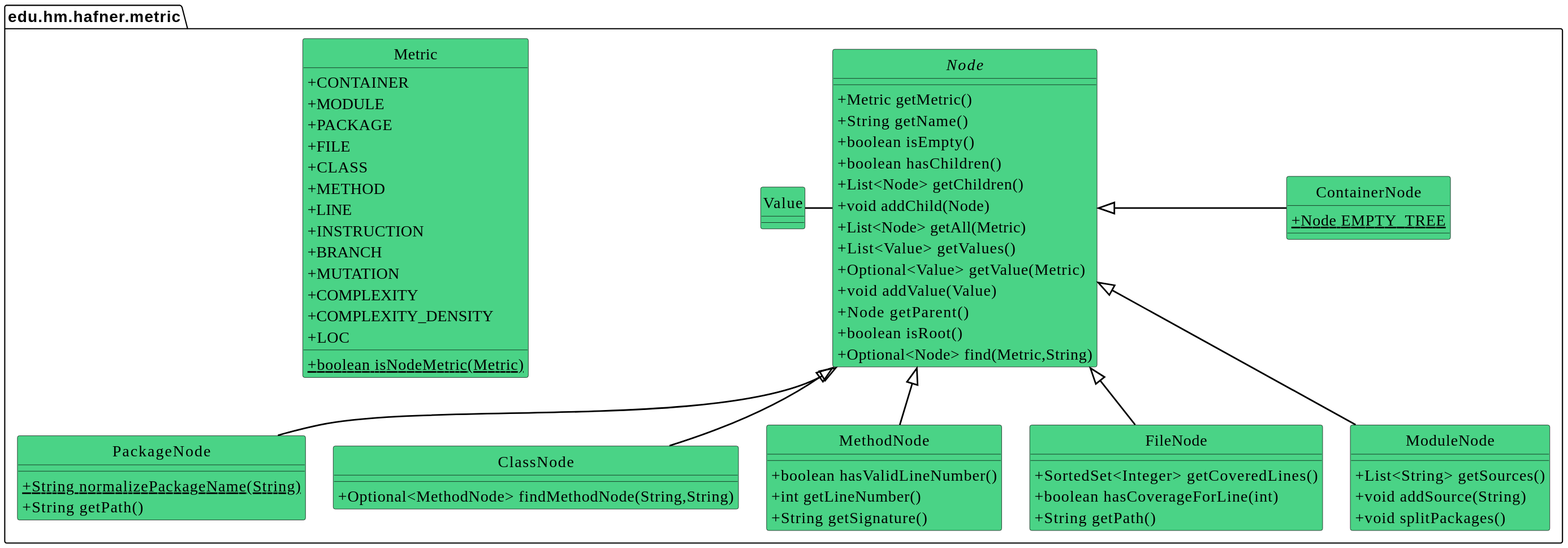
Earlier version of the PlantUML export doc/static-structure-nodes.svg (jenkinsci/coverage-model).
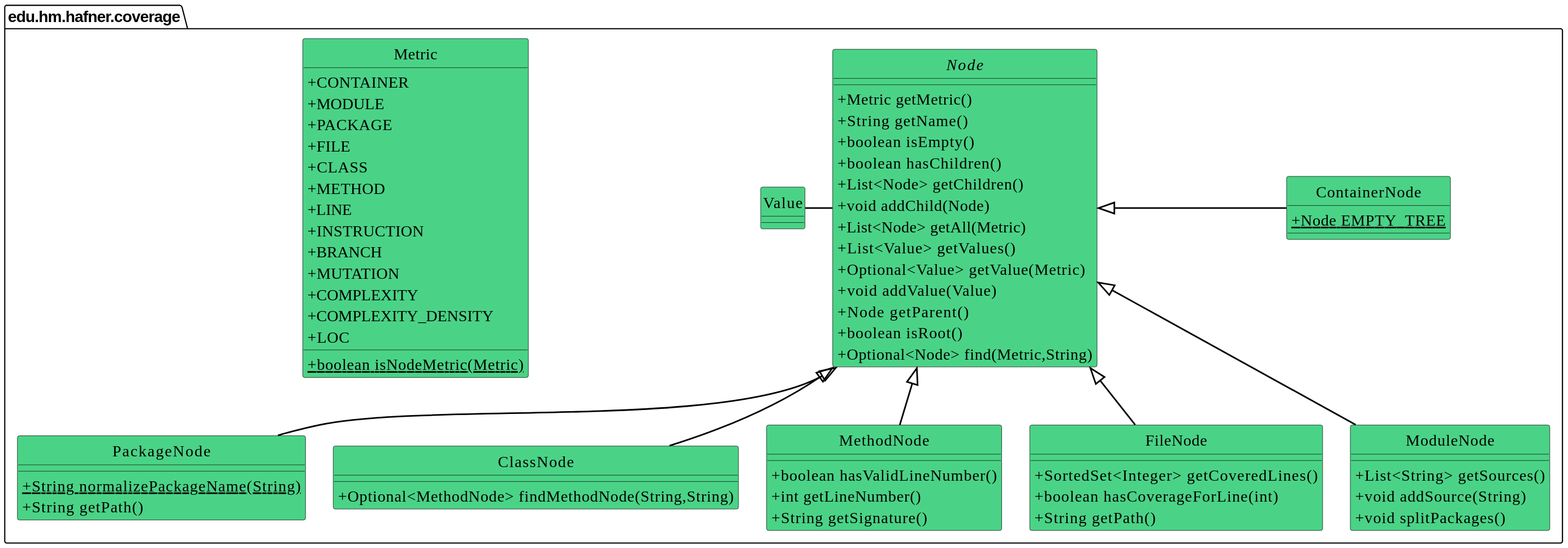
Above is the later version.

Diff of the diagram source:
```diff
@@ -18,7 +18,7 @@
 
 hide circle
 
-enum edu.hm.hafner.metric.Metric {
+enum edu.hm.hafner.coverage.Metric {
 +  CONTAINER
 +  MODULE
 +  PACKAGE
@@ -35,7 +35,7 @@
 + {static} boolean isNodeMetric(Metric)
 }
 
-abstract class edu.hm.hafner.metric.Node {
+abstract class edu.hm.hafner.coverage.Node {
 + Metric getMetric()
 + String getName()
 + boolean isEmpty()
@@ -51,43 +51,43 @@
 + Optional<Node> find(Metric,String)
 }
 
-class edu.hm.hafner.metric.ContainerNode {
+class edu.hm.hafner.coverage.ContainerNode {
 + {static} Node EMPTY_TREE
 }
 
-class edu.hm.hafner.metric.ModuleNode {
+class edu.hm.hafner.coverage.ModuleNode {
 + List<String> getSources()
 + void addSource(String)
 + void splitPackages()
 }
 
-class edu.hm.hafner.metric.PackageNode {
+class edu.hm.hafner.coverage.PackageNode {
 + {static} String normalizePackageName(String)
 + String getPath()
 }
 
-class edu.hm.hafner.metric.ClassNode {
+class edu.hm.hafner.coverage.ClassNode {
 + Optional<MethodNode> findMethodNode(String,String)
 }
 
-class edu.hm.hafner.metric.MethodNode {
+class edu.hm.hafner.coverage.MethodNode {
 + boolean hasValidLineNumber()
 + int getLineNumber()
 + String getSignature()
 }
 
-class edu.hm.hafner.metric.FileNode {
+class edu.hm.hafner.coverage.FileNode {
 + SortedSet<Integer> getCoveredLines()
 + boolean hasCoverageForLine(int)
 + String getPath()
 }
 
-edu.hm.hafner.metric.Value - edu.hm.hafner.metric.Node
-edu.hm.hafner.metric.Node <|-- edu.hm.hafner.metric.MethodNode
-edu.hm.hafner.metric.Node <|-- edu.hm.hafner.metric.ClassNode
-edu.hm.hafner.metric.Node <|-- edu.hm.hafner.metric.PackageNode
-edu.hm.hafner.metric.Node <|- edu.hm.hafner.metric.ModuleNode
-edu.hm.hafner.metric.ContainerNode -[hidden]- edu.hm.hafner.metric.ModuleNode
-edu.hm.hafner.metric.Node <|- edu.hm.hafner.metric.ContainerNode
-edu.hm.hafner.metric.Node <|-- edu.hm.hafner.metric.FileNode
+edu.hm.hafner.coverage.Value - edu.hm.hafner.coverage.Node
+edu.hm.hafner.coverage.Node <|-- edu.hm.hafner.coverage.MethodNode
+edu.hm.hafner.coverage.Node <|-- edu.hm.hafner.coverage.ClassNode
+edu.hm.hafner.coverage.Node <|-- edu.hm.hafner.coverage.PackageNode
+edu.hm.hafner.coverage.Node <|- edu.hm.hafner.coverage.ModuleNode
+edu.hm.hafner.coverage.ContainerNode -[hidden]- edu.hm.hafner.coverage.ModuleNode
+edu.hm.hafner.coverage.Node <|- edu.hm.hafner.coverage.ContainerNode
+edu.hm.hafner.coverage.Node <|-- edu.hm.hafner.coverage.FileNode
 @enduml
```
